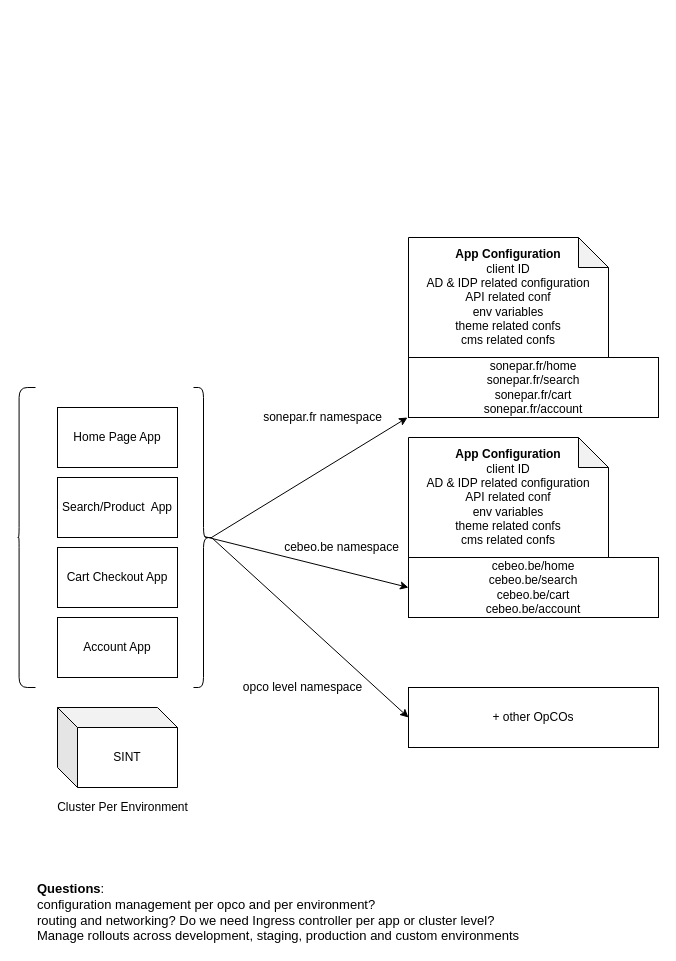
Above: Untitled Diagram.drawio in anoop-gupt/diagrams (draw.io), before the change. Source tidied: cells renumbered, new cells numbered last; positions are measured from the earlier drawing's top-left corner, leaving out a move shared by most shapes. Both pictures are drawn from the tidied source at 100%, with x=0, y=0 at pixel (17, 237).
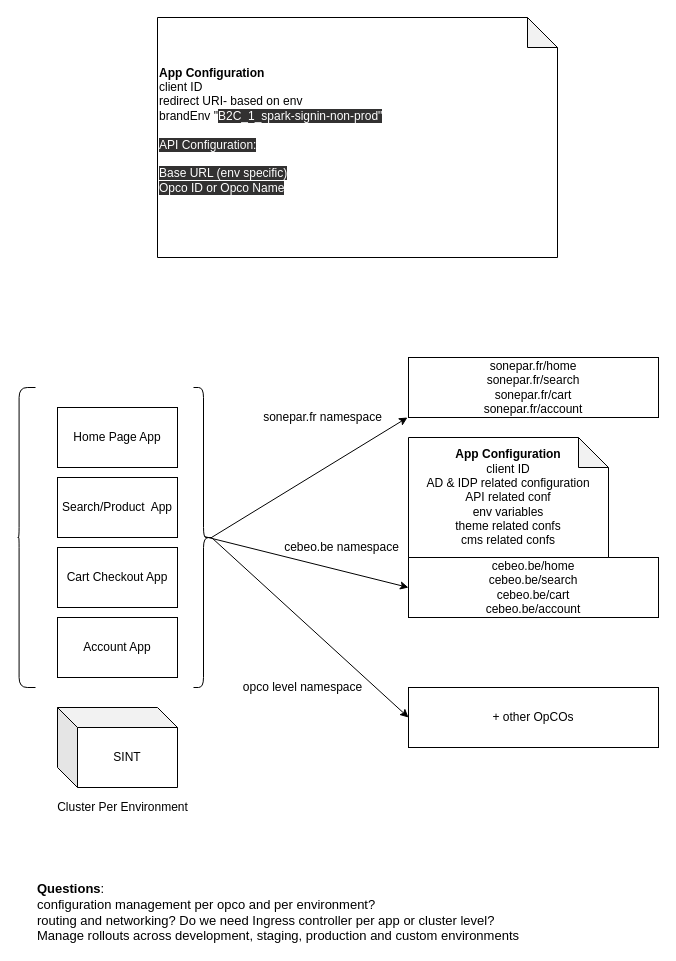
The same page after the edit.

Change to the diagram source:
```diff
@@
-    <mxCell id="13" value="&lt;b&gt;App Configuration&lt;/b&gt;&lt;br&gt;client ID&lt;br&gt;AD &amp;amp; IDP related configuration&lt;br&gt;API related conf&lt;br&gt;env variables&lt;br&gt;theme related confs&lt;br&gt;cms related confs" style="shape=note;whiteSpace=wrap;html=1;backgroundOutline=1;darkOpacity=0.05;" parent="1" vertex="1">
-      <mxGeometry x="391" width="200" height="120" as="geometry" />
+    <mxCell id="13" value="&lt;b&gt;App Configuration&lt;/b&gt;&lt;br&gt;client ID&lt;br&gt;redirect URI- based on env&lt;br&gt;brandEnv &quot;&lt;span style=&quot;color: rgb(255 , 255 , 255) ; font-family: &amp;#34;segoe ui&amp;#34; , , &amp;#34;apple color emoji&amp;#34; , &amp;#34;segoe ui emoji&amp;#34; , sans-serif ; background-color: rgb(50 , 49 , 49)&quot;&gt;B2C_1_spark-signin-non-prod&quot;&lt;br&gt;&lt;br&gt;API Configuration:&lt;br&gt;&lt;br&gt;Base URL (env specific)&lt;br&gt;Opco ID or Opco Name&lt;br&gt;&lt;br&gt;&lt;/span&gt;" style="shape=note;whiteSpace=wrap;html=1;backgroundOutline=1;darkOpacity=0.05;align=left;" parent="1" vertex="1">
+      <mxGeometry x="140" y="-220" width="400" height="240" as="geometry" />
     </mxCell>
```
